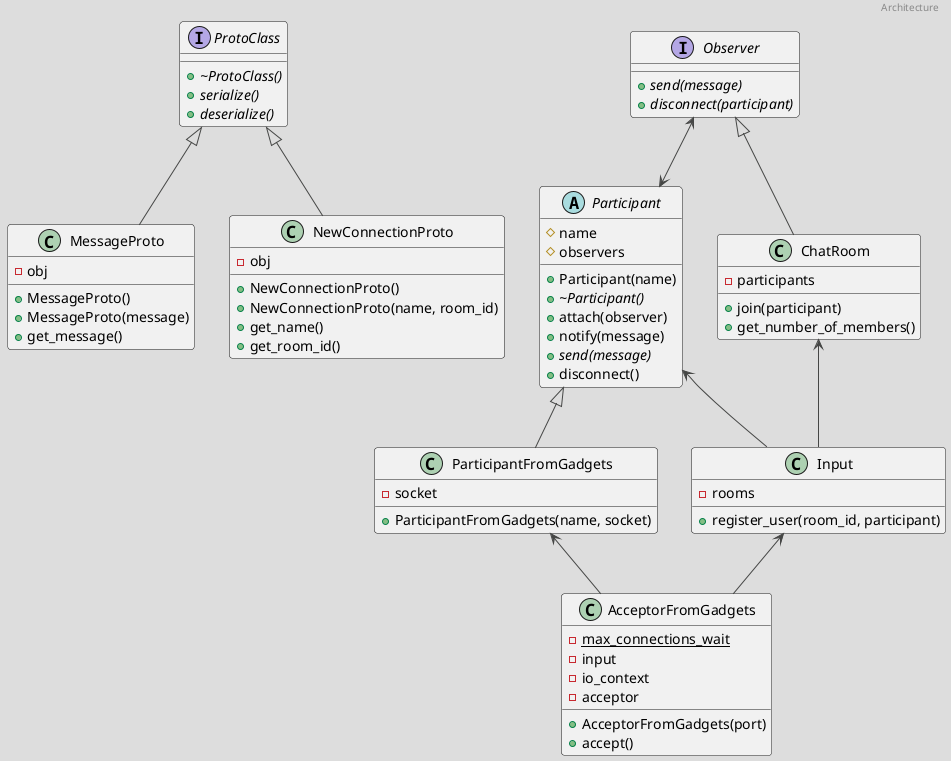
Above: uml/class_diagram.png in Foxyman-sama/Speaky (PlantUML), before the change. The source it was exported from:
```plantuml
@startuml class_diagram

header Architecture

!theme toy

ProtoClass <|-- MessageProto
ProtoClass <|-- NewConnectionProto

Observer <--> Participant

Participant <|-- ParticipantFromGadgets

Observer <|-- ChatRoom

ChatRoom <-- Input
Participant <-- Input
Input <-- AcceptorFromGadgets
ParticipantFromGadgets <-- AcceptorFromGadgets

interface ProtoClass {
    + {abstract} ~ProtoClass()
    + {abstract} serialize()
    + {abstract} deserialize()
}

class MessageProto {
    + MessageProto()
    + MessageProto(message)
    + get_message()

    - obj
}

class NewConnectionProto {
    + NewConnectionProto()
    + NewConnectionProto(name, room_id)
    + get_name()
    + get_room_id()

    - obj
}

abstract Participant {
    + Participant(name)
    + {abstract} ~Participant()
    + attach(observer)
    + notify(message)
    + {abstract} send(message)
    + disconnect()

    # name
    # observers
}

class AcceptorFromGadgets {
    + AcceptorFromGadgets(port)
    + accept()

    - {static} max_connections_wait
    - input
    - io_context
    - acceptor
}

class ParticipantFromGadgets {
    + ParticipantFromGadgets(name, socket)

    - socket
}

interface Observer {
    + {abstract} send(message)
    + {abstract} disconnect(participant)
}

class ChatRoom {
    + join(participant)
    + get_number_of_members()

    - participants
}

class Input {
    + register_user(room_id, participant)

    - rooms
}

@enduml
```
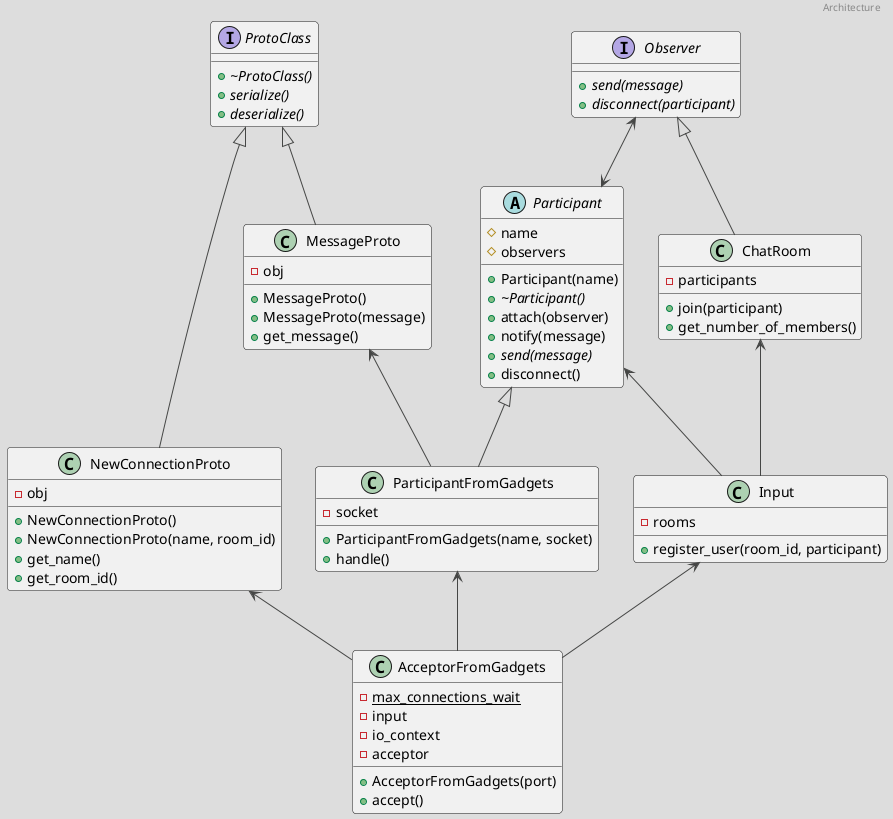
The same diagram one commit later.

The edit, as a diff of the source:
```diff
@@ -17,6 +17,9 @@
 Participant <-- Input
 Input <-- AcceptorFromGadgets
 ParticipantFromGadgets <-- AcceptorFromGadgets
+NewConnectionProto <-- AcceptorFromGadgets
+MessageProto <-- ParticipantFromGadgets
+
 
 interface ProtoClass {
     + {abstract} ~ProtoClass()
@@ -65,6 +68,7 @@
 
 class ParticipantFromGadgets {
     + ParticipantFromGadgets(name, socket)
+    + handle()
 
     - socket
 }
```
